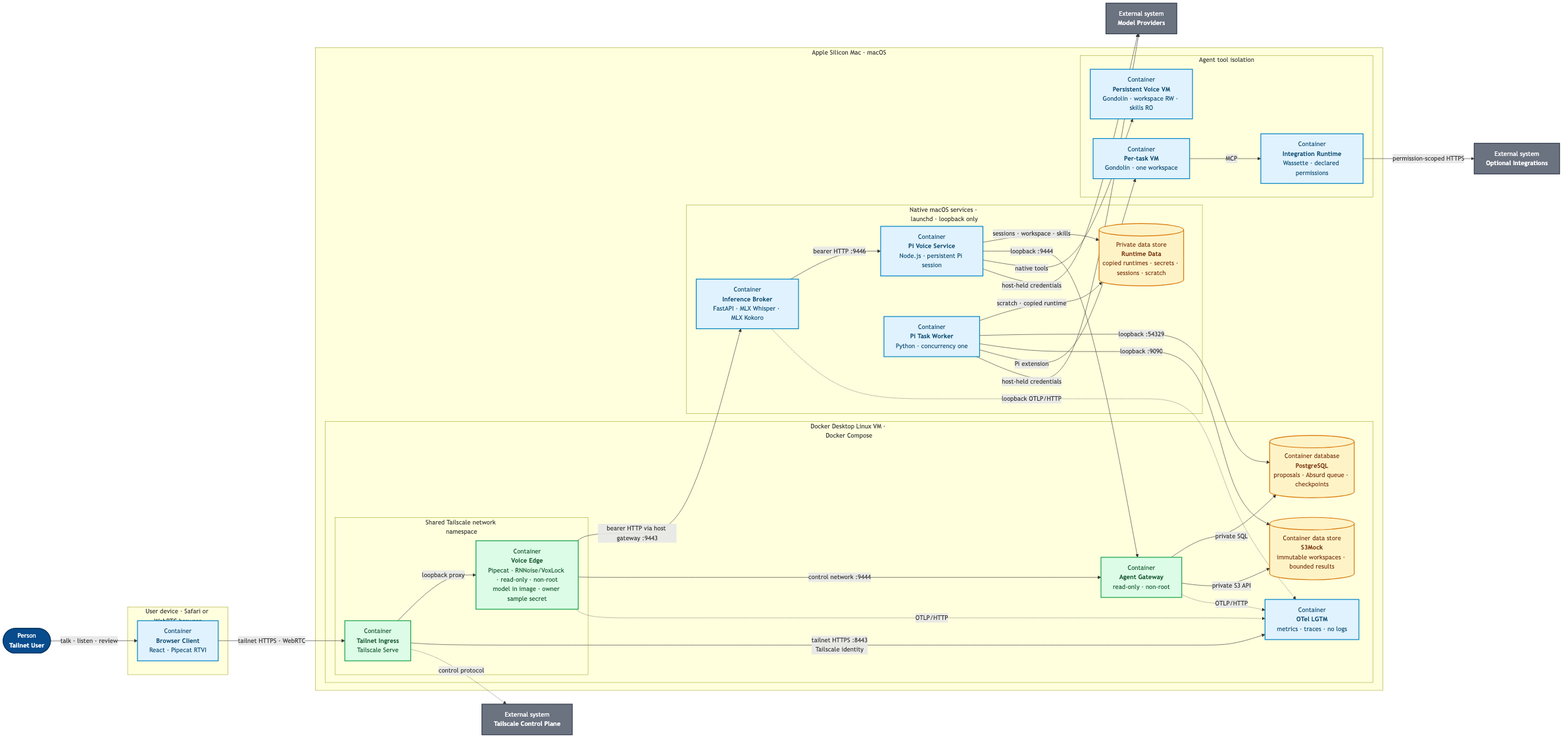
ragavsathish/agent-workload-platform keeps this Mermaid diagram as products/voice-agent/docs/architecture/deployment-security.png. Above is the earlier version. Its source is kept beside it as products/voice-agent/docs/architecture/deployment-security.mmd.
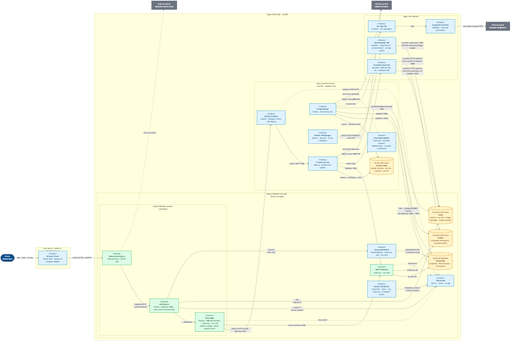
The same diagram one commit later.

The edit, as a diff of the source:
```diff
@@ -5,7 +5,7 @@
     EXTERNAL["External system<br/><b>Optional Integrations</b>"]
 
     subgraph DEVICE["User device · Safari or WebRTC browser"]
-        BROWSER["Container<br/><b>Browser Client</b><br/>React · Pipecat RTVI"]
+        BROWSER["Container<br/><b>Browser Client</b><br/>Flutter Web · Pipecat JS transport adapter"]
     end
 
     subgraph MAC["Apple Silicon Mac · macOS"]
@@ -15,23 +15,31 @@
             direction TB
             subgraph EDGE_NS["Shared Tailscale network namespace"]
                 direction LR
-                INGRESS["Container<br/><b>Tailnet Ingress</b><br/>Tailscale Serve"]
+                INGRESS["Container<br/><b>Tailnet Auth Ingress</b><br/>Tailscale Serve · HTTPS :443"]
+                ROUTER["Container<br/><b>Path Router</b><br/>Traefik · loopback :8080 · exact-owner forward-auth"]
                 EDGE["Container<br/><b>Voice Edge</b><br/>Pipecat · RNNoise/VoxLock · read-only · non-root<br/>model in image · owner sample secret"]
-                INGRESS -->|"loopback proxy"| EDGE
+                INGRESS -->|"loopback HTTP<br/>injected identity"| ROUTER
+                ROUTER -->|"/ · WebSocket"| EDGE
             end
             GATEWAY["Container<br/><b>Agent Gateway</b><br/>read-only · non-root"]
             POSTGRES[("Container database<br/><b>PostgreSQL</b><br/>proposals · Absurd queue · checkpoints")]
+            HABITAT["Container<br/><b>Queue Dashboard</b><br/>Absurd Habitat · read-only root · non-root"]
             S3[("Container data store<br/><b>S3Mock</b><br/>immutable workspaces · bounded results")]
+            GITEA[("Container data store<br/><b>Gitea</b><br/>rootless · Git refs + image packages · named volumes")]
+            DOCKER_METRICS["Container<br/><b>Docker VM Metrics</b><br/>Fluent Bit · /proc + /sys read-only · no Docker socket"]
             OTEL["Container<br/><b>OTel LGTM</b><br/>metrics · traces · no logs"]
             GATEWAY -->|"private SQL"| POSTGRES
+            HABITAT -->|"scoped Absurd SQL<br/>no proposal access"| POSTGRES
             GATEWAY -->|"private S3 API"| S3
         end
 
         subgraph NATIVE["Native macOS services · launchd · loopback only"]
             direction TB
-            BROKER["Container<br/><b>Inference Broker</b><br/>FastAPI · MLX Whisper · MLX Kokoro"]
+            BROKER["Container<br/><b>Inference Broker</b><br/>FastAPI · Parakeet v3 MLX · MLX Kokoro"]
             PI["Container<br/><b>Pi Voice Service</b><br/>Node.js · persistent Pi session"]
             WORKER["Container<br/><b>Pi Task Worker</b><br/>Python · concurrency one"]
+            BUILDER_MANAGER["Container<br/><b>Builder VM Manager</b><br/>Node.js · launchd · runner credential"]
+            HOST_METRICS["Container<br/><b>Host Observability</b><br/>Fluent Bit + Gondolin exporter<br/>loopback only · no guest credentials"]
             RUNTIME[("Private data store<br/><b>Runtime Data</b><br/>copied runtimes · secrets · sessions · scratch")]
             BROKER -->|"bearer HTTP :9446"| PI
             PI -->|"sessions · workspace · skills"| RUNTIME
@@ -40,8 +48,9 @@
 
         subgraph ISOLATION["Agent tool isolation"]
             direction TB
-            VOICE_VM["Container<br/><b>Persistent Voice VM</b><br/>Gondolin · workspace RW · skills RO"]
+            VOICE_VM["Container<br/><b>Persistent Voice VM</b><br/>Gondolin · AWS/Git/Tea CLI · workspace RW"]
             TASK_VM["Container<br/><b>Per-task VM</b><br/>Gondolin · one workspace"]
+            BUILDER_VM["Container<br/><b>Shared Builder VM</b><br/>Gondolin · Gitea Runner · private Docker · no host socket"]
             WASSETTE["Container<br/><b>Integration Runtime</b><br/>Wassette · declared permissions"]
             TASK_VM -->|"MCP"| WASSETTE
         end
@@ -51,12 +60,23 @@
         PI -->|"loopback :9444"| GATEWAY
         WORKER -->|"loopback :54329"| POSTGRES
         WORKER -->|"loopback :9090"| S3
+        BUILDER_MANAGER -->|"resume and checkpoint warm VM"| BUILDER_VM
+        BUILDER_VM -->|"synthetic Gitea route :3001<br/>workflow jobs and package upload"| GITEA
+        WORKER -->|"verified package download :3001"| GITEA
         PI -->|"native tools"| VOICE_VM
         WORKER -->|"Pi extension"| TASK_VM
+        VOICE_VM -->|"synthetic HTTP allowlist<br/>restricted read token via loopback :3001"| GITEA
+        VOICE_VM -->|"synthetic HTTP allowlist<br/>host rewrite to loopback :9090"| S3
         EDGE -.->|"OTLP/HTTP"| OTEL
         GATEWAY -.->|"OTLP/HTTP"| OTEL
         BROKER -.->|"loopback OTLP/HTTP"| OTEL
-        INGRESS -->|"tailnet HTTPS :8443<br/>Tailscale identity"| OTEL
+        PI -.->|"register voice QEMU PID"| HOST_METRICS
+        WORKER -.->|"register task QEMU PID"| HOST_METRICS
+        DOCKER_METRICS -->|"Prometheus metrics<br/>internal network"| OTEL
+        HOST_METRICS -->|"Mac + registered QEMU metrics<br/>host gateway :2022 · :9465"| OTEL
+        ROUTER -->|"/metrics/<br/>control network"| OTEL
+        ROUTER -->|"/git/<br/>strip prefix"| GITEA
+        ROUTER -->|"/queue/<br/>owner only"| HABITAT
     end
 
     USER -->|"talk · listen · review"| BROWSER
@@ -73,6 +93,6 @@
     classDef data fill:#fef3c7,color:#78350f,stroke:#d97706,stroke-width:2px;
     class USER person;
     class CONTROL,MODELS,EXTERNAL external;
-    class BROWSER,BROKER,PI,WORKER,VOICE_VM,TASK_VM,WASSETTE,OTEL container;
-    class INGRESS,EDGE,GATEWAY security;
-    class POSTGRES,S3,RUNTIME data;
+    class BROWSER,BROKER,PI,WORKER,BUILDER_MANAGER,HOST_METRICS,VOICE_VM,TASK_VM,BUILDER_VM,WASSETTE,HABITAT,DOCKER_METRICS,OTEL container;
+    class INGRESS,ROUTER,EDGE,GATEWAY security;
+    class POSTGRES,S3,GITEA,RUNTIME data;
```
